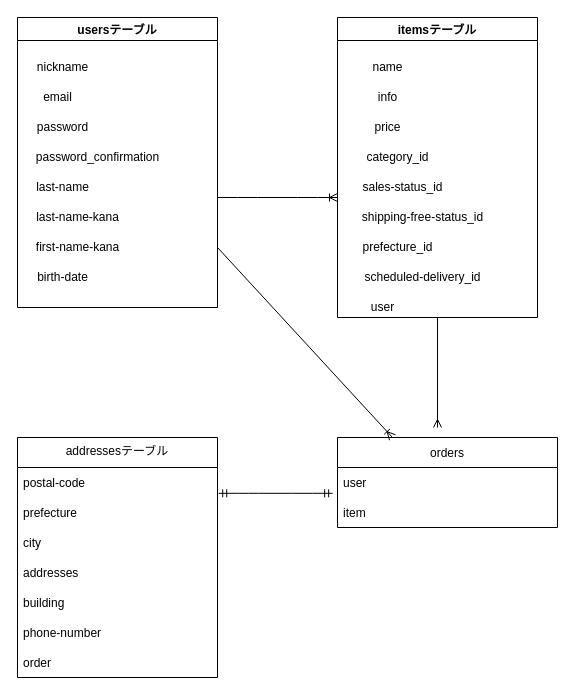
mura33/furima-kagawa2022-Setouchi-Mussle keeps this draw.io diagram as ER.dio. Above is the earlier version. Source tidied: cells renumbered, new cells numbered last; positions are measured from the earlier drawing's top-left corner, leaving out a move shared by most shapes. Both pictures are drawn from the tidied source at 100%, with x=0, y=0 at pixel (17, 17).
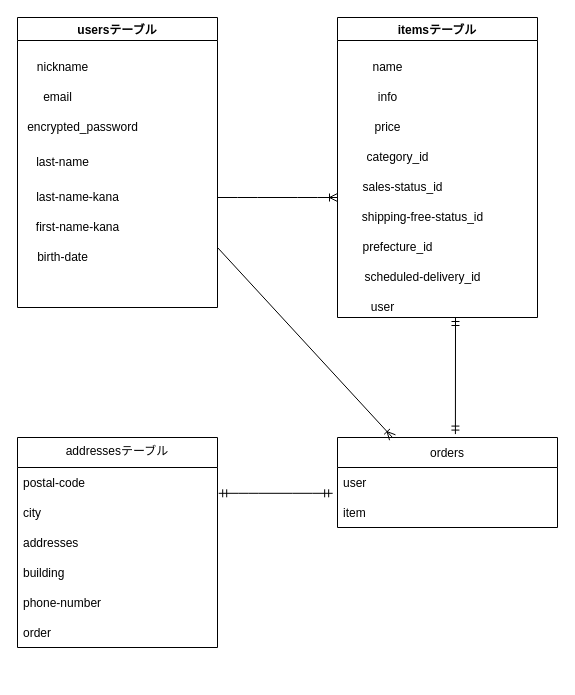
After the change.

Unchanged cells that the change refers to:
```xml
<mxCell id="2" value="usersテーブル" style="swimlane;" parent="1" vertex="1">
  <mxGeometry width="200" height="290" as="geometry" />
</mxCell>
<mxCell id="11" value="itemsテーブル" style="swimlane;" parent="1" vertex="1">
  <mxGeometry x="320" width="200" height="300" as="geometry" />
</mxCell>
<mxCell id="29" value="orders" style="swimlane;fontStyle=0;horizontal=1;startSize=30;" parent="1" vertex="1">
  <mxGeometry x="320" y="420" width="220" height="90" as="geometry" />
</mxCell>
<mxCell id="30" value="user" style="text;strokeColor=none;fillColor=none;align=left;verticalAlign=middle;spacingLeft=4;spacingRight=4;overflow=hidden;points=[[0,0.5],[1,0.5]];portConstraint=eastwest;" parent="29" vertex="1">
  <mxGeometry y="30" width="220" height="30" as="geometry" />
</mxCell>
```

Change to the diagram source:
```diff
@@
-    <mxCell id="5" value="password" style="text;html=1;align=center;verticalAlign=middle;strokeColor=none;fillColor=none;" parent="2" vertex="1">
-      <mxGeometry x="10" y="100" width="70" height="20" as="geometry" />
+    <mxCell id="5" value="encrypted_password" style="text;html=1;align=center;verticalAlign=middle;strokeColor=none;fillColor=none;" parent="2" vertex="1">
+      <mxGeometry y="100" width="130" height="20" as="geometry" />
     </mxCell>
-    <mxCell id="6" value="password_confirmation" style="text;html=1;align=center;verticalAlign=middle;strokeColor=none;fillColor=none;" parent="2" vertex="1">
-      <mxGeometry x="10" y="130" width="140" height="20" as="geometry" />
-    </mxCell>
     <mxCell id="7" value="last-name" style="text;html=1;align=center;verticalAlign=middle;strokeColor=none;fillColor=none;" parent="2" vertex="1">
-      <mxGeometry x="10" y="160" width="70" height="20" as="geometry" />
+      <mxGeometry x="10" y="135" width="70" height="20" as="geometry" />
     </mxCell>
     <mxCell id="8" value="last-name-kana" style="text;html=1;align=center;verticalAlign=middle;strokeColor=none;fillColor=none;" parent="2" vertex="1">
-      <mxGeometry x="10" y="190" width="100" height="20" as="geometry" />
+      <mxGeometry x="10" y="170" width="100" height="20" as="geometry" />
     </mxCell>
     <mxCell id="9" value="first-name-kana" style="text;html=1;align=center;verticalAlign=middle;strokeColor=none;fillColor=none;" parent="2" vertex="1">
-      <mxGeometry x="10" y="220" width="100" height="20" as="geometry" />
+      <mxGeometry x="10" y="200" width="100" height="20" as="geometry" />
     </mxCell>
     <mxCell id="10" value="birth-date" style="text;html=1;align=center;verticalAlign=middle;strokeColor=none;fillColor=none;" parent="2" vertex="1">
-      <mxGeometry x="10" y="250" width="70" height="20" as="geometry" />
+      <mxGeometry x="10" y="230" width="70" height="20" as="geometry" />
     </mxCell>
@@
     <mxCell id="21" value="addressesテーブル" style="swimlane;fontStyle=0;horizontal=1;startSize=30;verticalAlign=top;" parent="1" vertex="1">
-      <mxGeometry y="420" width="200" height="240" as="geometry" />
+      <mxGeometry y="420" width="200" height="210" as="geometry" />
     </mxCell>
@@
-    <mxCell id="23" value="prefecture" style="text;strokeColor=none;fillColor=none;align=left;verticalAlign=middle;spacingLeft=4;spacingRight=4;overflow=hidden;points=[[0,0.5],[1,0.5]];portConstraint=eastwest;" parent="21" vertex="1">
-      <mxGeometry y="60" width="200" height="30" as="geometry" />
-    </mxCell>
     <mxCell id="24" value="city" style="text;strokeColor=none;fillColor=none;align=left;verticalAlign=middle;spacingLeft=4;spacingRight=4;overflow=hidden;" parent="21" vertex="1">
-      <mxGeometry y="90" width="200" height="30" as="geometry" />
+      <mxGeometry y="60" width="200" height="30" as="geometry" />
     </mxCell>
     <mxCell id="25" value="addresses" style="text;strokeColor=none;fillColor=none;align=left;verticalAlign=middle;spacingLeft=4;spacingRight=4;overflow=hidden;" parent="21" vertex="1">
-      <mxGeometry y="120" width="200" height="30" as="geometry" />
+      <mxGeometry y="90" width="200" height="30" as="geometry" />
     </mxCell>
     <mxCell id="26" value="building" style="text;strokeColor=none;fillColor=none;align=left;verticalAlign=middle;spacingLeft=4;spacingRight=4;overflow=hidden;" parent="21" vertex="1">
-      <mxGeometry y="150" width="200" height="30" as="geometry" />
+      <mxGeometry y="120" width="200" height="30" as="geometry" />
     </mxCell>
     <mxCell id="27" value="phone-number" style="text;strokeColor=none;fillColor=none;align=left;verticalAlign=middle;spacingLeft=4;spacingRight=4;overflow=hidden;" parent="21" vertex="1">
-      <mxGeometry y="180" width="200" height="30" as="geometry" />
+      <mxGeometry y="150" width="200" height="30" as="geometry" />
     </mxCell>
     <mxCell id="28" value="order" style="text;strokeColor=none;fillColor=none;align=left;verticalAlign=middle;spacingLeft=4;spacingRight=4;overflow=hidden;" parent="21" vertex="1">
-      <mxGeometry y="210" width="200" height="30" as="geometry" />
+      <mxGeometry y="180" width="200" height="30" as="geometry" />
     </mxCell>
@@
-    <mxCell id="33" style="edgeStyle=entityRelationEdgeStyle;fontSize=12;html=1;endArrow=ERmandOne;startArrow=ERmandOne;exitX=1.006;exitY=-0.14;exitDx=0;exitDy=0;exitPerimeter=0;entryX=-0.022;entryY=0.86;entryDx=0;entryDy=0;entryPerimeter=0;" parent="1" edge="1" source="23" target="30">
-      <mxGeometry relative="1" as="geometry" />
+    <mxCell id="33" style="edgeStyle=entityRelationEdgeStyle;fontSize=12;html=1;endArrow=ERmandOne;startArrow=ERmandOne;exitX=1.006;exitY=-0.14;exitDx=0;exitDy=0;exitPerimeter=0;entryX=-0.022;entryY=0.86;entryDx=0;entryDy=0;entryPerimeter=0;" parent="1" edge="1" target="30">
+      <mxGeometry relative="1" as="geometry">
+        <mxPoint x="201.2" y="475.8" as="sourcePoint" />
+      </mxGeometry>
     </mxCell>
@@
-    <mxCell id="35" style="fontSize=12;html=1;endArrow=ERmany;exitX=0.5;exitY=1;exitDx=0;exitDy=0;" parent="1" edge="1" source="11">
-      <mxGeometry relative="1" as="geometry">
-        <mxPoint x="420" y="410" as="targetPoint" />
-      </mxGeometry>
-    </mxCell>
+    <mxCell id="36" style="fontSize=12;html=1;endArrow=ERmandOne;startArrow=ERmandOne;exitX=0.536;exitY=-0.038;exitDx=0;exitDy=0;exitPerimeter=0;" parent="1" edge="1" source="29">
+      <mxGeometry relative="1" as="geometry">
+        <mxPoint x="438" y="300" as="targetPoint" />
+      </mxGeometry>
+    </mxCell>
+    <mxCell id="37" style="fontSize=12;html=1;endArrow=ERmandOne;startArrow=ERmandOne;strokeColor=none;" parent="1" edge="1">
+      <mxGeometry relative="1" as="geometry">
+        <mxPoint x="440" y="410" as="sourcePoint" />
+        <mxPoint x="440" y="300" as="targetPoint" />
+      </mxGeometry>
+    </mxCell>
```
